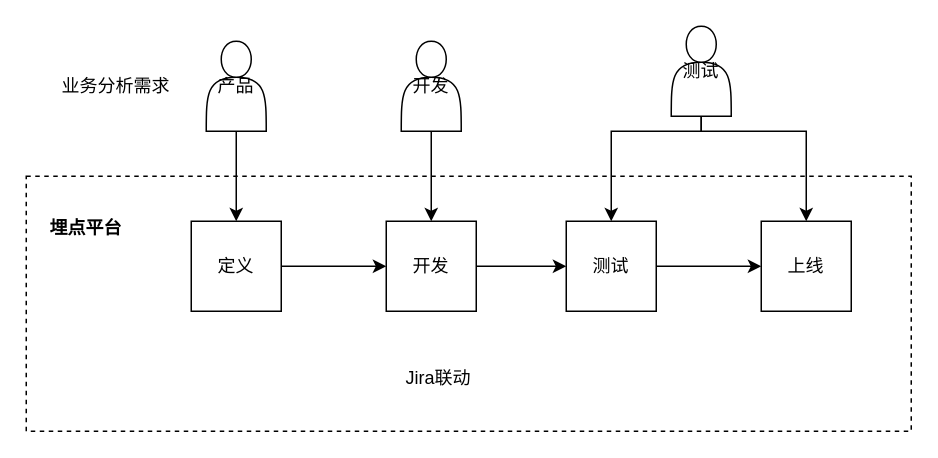
Before: 埋点流程图.drawio in mineminemine123/work-wiki, a draw.io diagram. Source tidied: cells renumbered, new cells numbered last; positions are measured from the earlier drawing's top-left corner, leaving out a move shared by most shapes. Both pictures are drawn from the tidied source at 150%, with x=0, y=0 at pixel (26, 26).
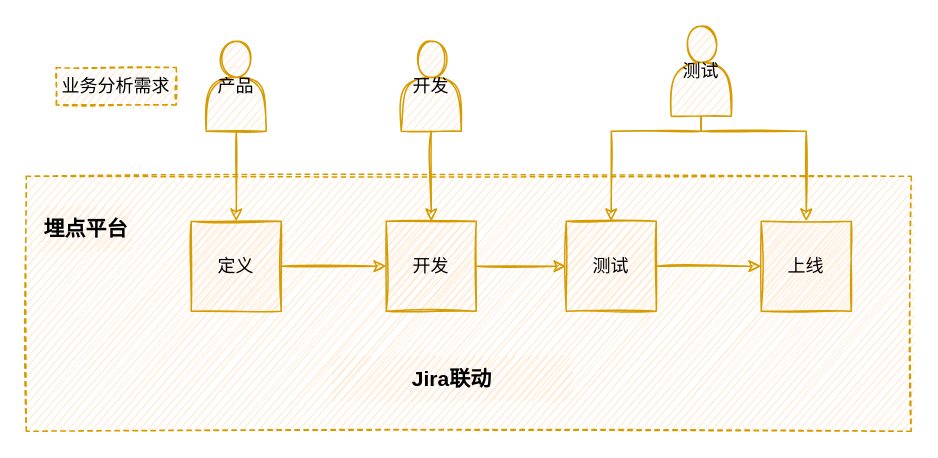
The same page after the edit.

Commit message (it also covers changes not shown here):
更新埋点流程图.drawio

The edit, as a diff of the source:
```diff
@@
-    <mxCell id="2" style="rounded=0;whiteSpace=wrap;html=1;dashed=1;" parent="1" vertex="1">
+    <mxCell id="2" style="rounded=0;whiteSpace=wrap;html=1;dashed=1;sketch=1;fillColor=#ffe6cc;strokeColor=#d79b00;" parent="1" vertex="1">
       <mxGeometry y="100" width="590" height="170" as="geometry" />
     </mxCell>
-    <mxCell id="3" style="edgeStyle=orthogonalEdgeStyle;rounded=0;jettySize=auto;html=1;exitX=0.5;exitY=1;exitDx=0;exitDy=0;" parent="1" edge="1" source="4" target="11">
+    <mxCell id="3" style="edgeStyle=orthogonalEdgeStyle;rounded=0;jettySize=auto;html=1;exitX=0.5;exitY=1;exitDx=0;exitDy=0;sketch=1;fillColor=#ffe6cc;strokeColor=#d79b00;" parent="1" edge="1" source="4" target="11">
       <mxGeometry relative="1" as="geometry" />
     </mxCell>
-    <mxCell id="4" value="产品" style="shape=actor;whiteSpace=wrap;html=1;" parent="1" vertex="1">
+    <mxCell id="4" value="产品" style="shape=actor;whiteSpace=wrap;html=1;sketch=1;fillColor=#ffe6cc;strokeColor=#d79b00;" parent="1" vertex="1">
       <mxGeometry x="120" y="10" width="40" height="60" as="geometry" />
     </mxCell>
-    <mxCell id="5" style="edgeStyle=orthogonalEdgeStyle;rounded=0;jettySize=auto;html=1;entryX=0.5;entryY=0;entryDx=0;entryDy=0;" parent="1" edge="1" source="6" target="13">
+    <mxCell id="5" style="edgeStyle=orthogonalEdgeStyle;rounded=0;jettySize=auto;html=1;entryX=0.5;entryY=0;entryDx=0;entryDy=0;sketch=1;fillColor=#ffe6cc;strokeColor=#d79b00;" parent="1" edge="1" source="6" target="13">
       <mxGeometry relative="1" as="geometry" />
     </mxCell>
-    <mxCell id="6" value="开发" style="shape=actor;whiteSpace=wrap;html=1;" parent="1" vertex="1">
+    <mxCell id="6" value="开发" style="shape=actor;whiteSpace=wrap;html=1;sketch=1;fillColor=#ffe6cc;strokeColor=#d79b00;" parent="1" vertex="1">
       <mxGeometry x="250" y="10" width="40" height="60" as="geometry" />
     </mxCell>
-    <mxCell id="7" style="edgeStyle=orthogonalEdgeStyle;rounded=0;jettySize=auto;html=1;entryX=0.5;entryY=0;entryDx=0;entryDy=0;" parent="1" edge="1" source="9" target="15">
+    <mxCell id="7" style="edgeStyle=orthogonalEdgeStyle;rounded=0;jettySize=auto;html=1;entryX=0.5;entryY=0;entryDx=0;entryDy=0;sketch=1;fillColor=#ffe6cc;strokeColor=#d79b00;" parent="1" edge="1" source="9" target="15">
       <mxGeometry relative="1" as="geometry">
         <Array as="points">
           <mxPoint x="450" y="70" />
           <mxPoint x="390" y="70" />
         </Array>
       </mxGeometry>
     </mxCell>
-    <mxCell id="8" style="edgeStyle=orthogonalEdgeStyle;rounded=0;jettySize=auto;html=1;" parent="1" edge="1" source="9" target="16">
+    <mxCell id="8" style="edgeStyle=orthogonalEdgeStyle;rounded=0;jettySize=auto;html=1;sketch=1;fillColor=#ffe6cc;strokeColor=#d79b00;" parent="1" edge="1" source="9" target="16">
       <mxGeometry relative="1" as="geometry">
         <Array as="points">
           <mxPoint x="450" y="70" />
           <mxPoint x="520" y="70" />
         </Array>
       </mxGeometry>
     </mxCell>
-    <mxCell id="9" value="测试" style="shape=actor;whiteSpace=wrap;html=1;" parent="1" vertex="1">
+    <mxCell id="9" value="测试" style="shape=actor;whiteSpace=wrap;html=1;sketch=1;fillColor=#ffe6cc;strokeColor=#d79b00;" parent="1" vertex="1">
       <mxGeometry x="430" width="40" height="60" as="geometry" />
     </mxCell>
-    <mxCell id="10" style="edgeStyle=orthogonalEdgeStyle;rounded=0;jettySize=auto;html=1;exitX=1;exitY=0.5;exitDx=0;exitDy=0;entryX=0;entryY=0.5;entryDx=0;entryDy=0;" parent="1" edge="1" source="11" target="13">
+    <mxCell id="10" style="edgeStyle=orthogonalEdgeStyle;rounded=0;jettySize=auto;html=1;exitX=1;exitY=0.5;exitDx=0;exitDy=0;entryX=0;entryY=0.5;entryDx=0;entryDy=0;sketch=1;fillColor=#ffe6cc;strokeColor=#d79b00;" parent="1" edge="1" source="11" target="13">
       <mxGeometry relative="1" as="geometry" />
     </mxCell>
-    <mxCell id="11" value="定义" style="rounded=0;whiteSpace=wrap;html=1;" parent="1" vertex="1">
+    <mxCell id="11" value="定义" style="rounded=0;whiteSpace=wrap;html=1;sketch=1;fillColor=#ffe6cc;strokeColor=#d79b00;" parent="1" vertex="1">
       <mxGeometry x="110" y="130" width="60" height="60" as="geometry" />
     </mxCell>
-    <mxCell id="12" style="edgeStyle=orthogonalEdgeStyle;rounded=0;jettySize=auto;html=1;exitX=1;exitY=0.5;exitDx=0;exitDy=0;entryX=0;entryY=0.5;entryDx=0;entryDy=0;" parent="1" edge="1" source="13" target="15">
+    <mxCell id="12" style="edgeStyle=orthogonalEdgeStyle;rounded=0;jettySize=auto;html=1;exitX=1;exitY=0.5;exitDx=0;exitDy=0;entryX=0;entryY=0.5;entryDx=0;entryDy=0;sketch=1;fillColor=#ffe6cc;strokeColor=#d79b00;" parent="1" edge="1" source="13" target="15">
       <mxGeometry relative="1" as="geometry" />
     </mxCell>
-    <mxCell id="13" value="开发" style="rounded=0;whiteSpace=wrap;html=1;" parent="1" vertex="1">
+    <mxCell id="13" value="开发" style="rounded=0;whiteSpace=wrap;html=1;sketch=1;fillColor=#ffe6cc;strokeColor=#d79b00;" parent="1" vertex="1">
       <mxGeometry x="240" y="130" width="60" height="60" as="geometry" />
     </mxCell>
-    <mxCell id="14" style="edgeStyle=orthogonalEdgeStyle;rounded=0;jettySize=auto;html=1;entryX=0;entryY=0.5;entryDx=0;entryDy=0;" parent="1" edge="1" source="15" target="16">
+    <mxCell id="14" style="edgeStyle=orthogonalEdgeStyle;rounded=0;jettySize=auto;html=1;entryX=0;entryY=0.5;entryDx=0;entryDy=0;sketch=1;fillColor=#ffe6cc;strokeColor=#d79b00;" parent="1" edge="1" source="15" target="16">
       <mxGeometry relative="1" as="geometry" />
     </mxCell>
-    <mxCell id="15" value="测试" style="rounded=0;whiteSpace=wrap;html=1;" parent="1" vertex="1">
+    <mxCell id="15" value="测试" style="rounded=0;whiteSpace=wrap;html=1;sketch=1;fillColor=#ffe6cc;strokeColor=#d79b00;" parent="1" vertex="1">
       <mxGeometry x="360" y="130" width="60" height="60" as="geometry" />
     </mxCell>
-    <mxCell id="16" value="上线" style="rounded=0;whiteSpace=wrap;html=1;" parent="1" vertex="1">
+    <mxCell id="16" value="上线" style="rounded=0;whiteSpace=wrap;html=1;sketch=1;fillColor=#ffe6cc;strokeColor=#d79b00;" parent="1" vertex="1">
       <mxGeometry x="490" y="130" width="60" height="60" as="geometry" />
     </mxCell>
-    <mxCell id="17" value="埋点平台" style="text;html=1;strokeColor=none;fillColor=none;align=center;verticalAlign=middle;whiteSpace=wrap;rounded=0;dashed=1;fontStyle=1;" parent="1" vertex="1">
+    <mxCell id="17" value="&lt;font style=&quot;font-size: 14px&quot;&gt;埋点平台&lt;/font&gt;" style="text;html=1;strokeColor=none;fillColor=#ffe6cc;align=center;verticalAlign=middle;whiteSpace=wrap;rounded=0;dashed=1;fontStyle=1;sketch=1;" parent="1" vertex="1">
       <mxGeometry x="10" y="120" width="60" height="30" as="geometry" />
     </mxCell>
-    <mxCell id="18" value="Jira联动" style="text;html=1;strokeColor=none;fillColor=none;align=center;verticalAlign=middle;whiteSpace=wrap;rounded=0;dashed=1;" parent="1" vertex="1">
-      <mxGeometry x="220" y="220" width="110" height="30" as="geometry" />
+    <mxCell id="18" value="&lt;b&gt;&lt;font style=&quot;font-size: 14px&quot;&gt;Jira联动&lt;/font&gt;&lt;/b&gt;" style="text;html=1;strokeColor=none;fillColor=#ffe6cc;align=center;verticalAlign=middle;whiteSpace=wrap;rounded=0;dashed=1;sketch=1;" parent="1" vertex="1">
+      <mxGeometry x="204" y="220" width="160" height="30" as="geometry" />
     </mxCell>
-    <mxCell id="19" value="业务分析需求" style="text;html=1;strokeColor=none;fillColor=none;align=center;verticalAlign=middle;whiteSpace=wrap;rounded=0;dashed=1;" parent="1" vertex="1">
+    <mxCell id="19" value="业务分析需求" style="text;html=1;strokeColor=#d79b00;fillColor=#ffe6cc;align=center;verticalAlign=middle;whiteSpace=wrap;rounded=0;dashed=1;sketch=1;" parent="1" vertex="1">
       <mxGeometry x="20" y="27.5" width="80" height="25" as="geometry" />
     </mxCell>
```
